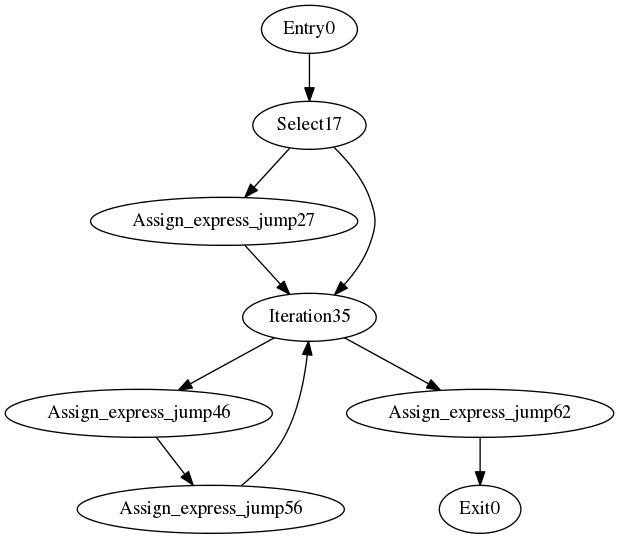
Before: cfg.png, a diagram exported from Graphviz (fengcc/ProgramSlicing). Its source is kept beside it as cfg.dot.
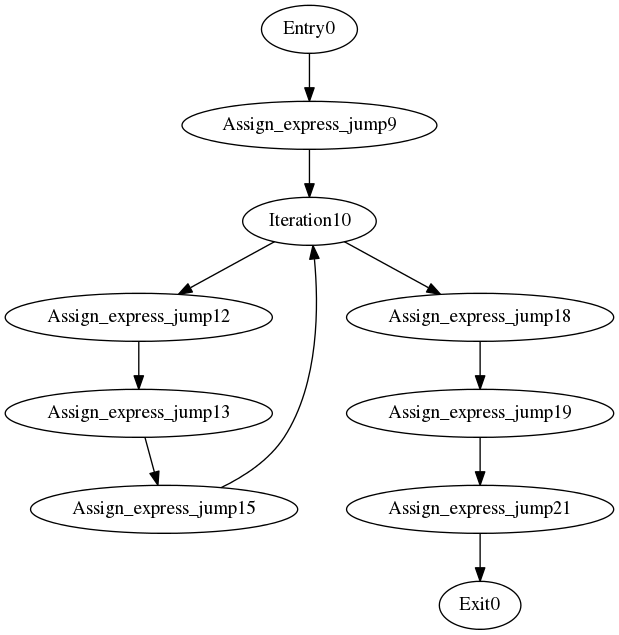
Later version of the same file.

The edit, as a diff of the source:
```diff
@@ -1,11 +1,12 @@
 digraph CFG {
-	Entry0 -> Select17
-	Select17 -> Assign_express_jump27
-	Assign_express_jump27 -> Iteration35
-	Iteration35 -> Assign_express_jump46
-	Assign_express_jump46 -> Assign_express_jump56
-	Assign_express_jump56 -> Iteration35
-	Iteration35 -> Assign_express_jump62
-	Assign_express_jump62 -> Exit0
-	Select17 -> Iteration35
+	Entry0 -> Assign_express_jump9
+	Assign_express_jump9 -> Iteration10
+	Iteration10 -> Assign_express_jump12
+	Assign_express_jump12 -> Assign_express_jump13
+	Assign_express_jump13 -> Assign_express_jump15
+	Assign_express_jump15 -> Iteration10
+	Iteration10 -> Assign_express_jump18
+	Assign_express_jump18 -> Assign_express_jump19
+	Assign_express_jump19 -> Assign_express_jump21
+	Assign_express_jump21 -> Exit0
 }
```
